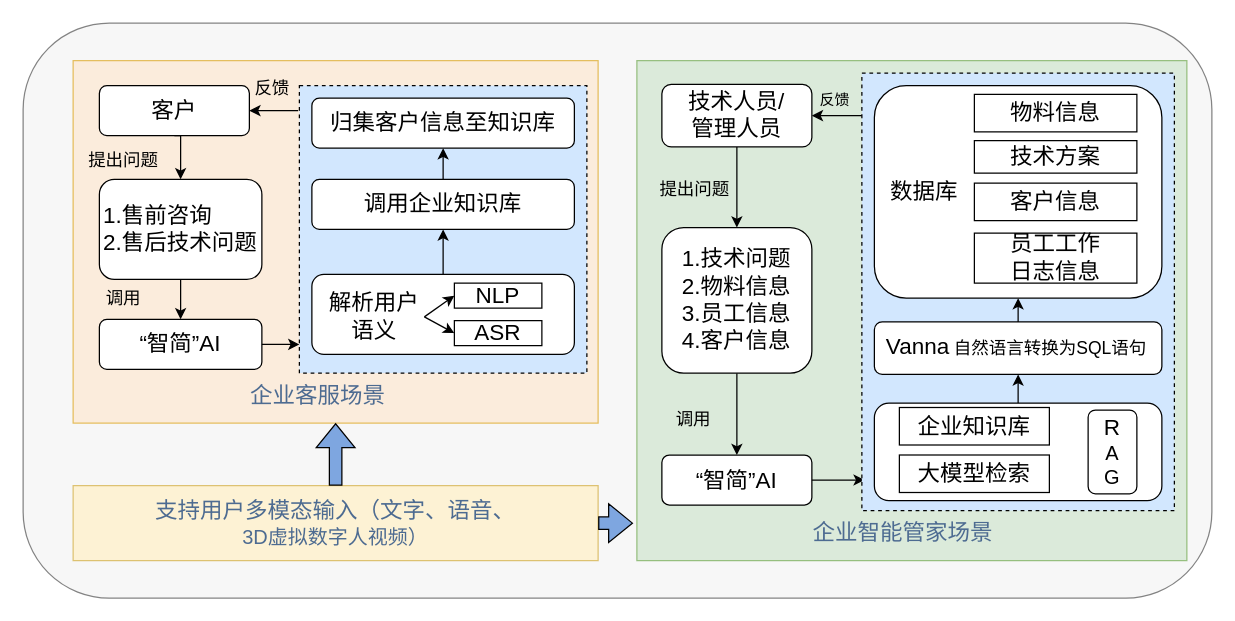
Above: 金种子企业问询模块图.drawio in Shahryar2/draw.io (draw.io), before the change. Source tidied: cells renumbered, new cells numbered last; positions are measured from the earlier drawing's top-left corner, leaving out a move shared by most shapes. Both pictures are drawn from the tidied source at 125%, with x=0, y=0 at pixel (22, 22).
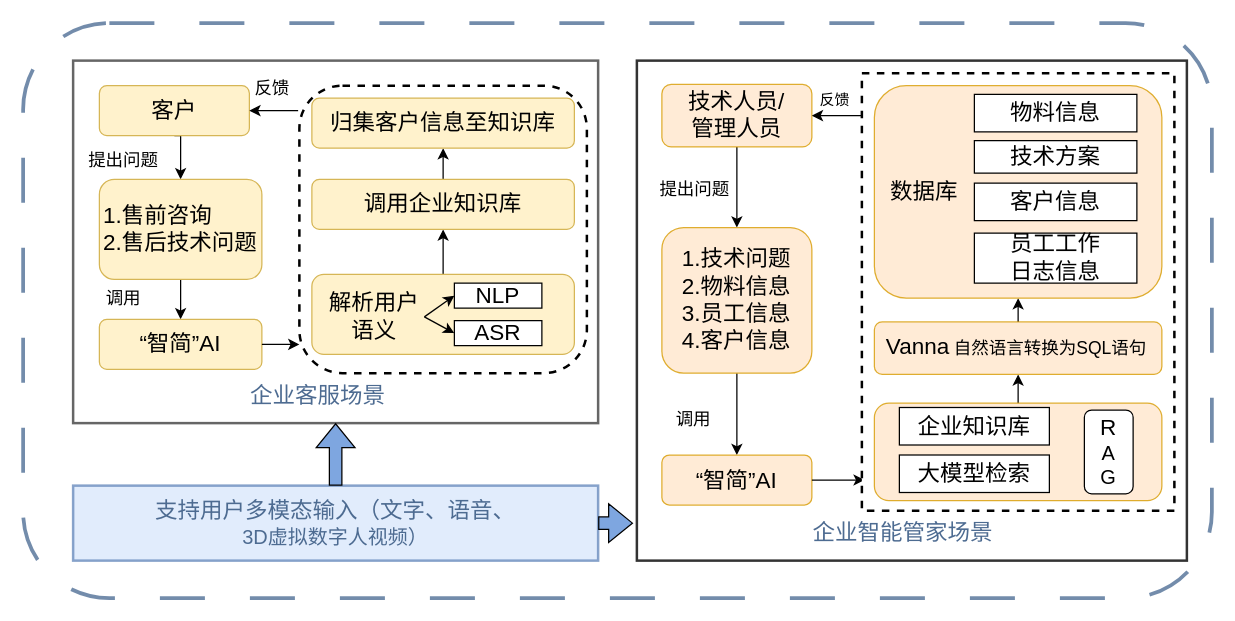
The same diagram, later.

Commit message (it also covers changes not shown here):
更新金种子企业问询模块图.drawio

The edit, as a diff of the source:
```diff
@@
-    <mxCell id="2" style="rounded=1;whiteSpace=wrap;html=1;fillColor=#f5f5f5;fontColor=#333333;strokeColor=#666666;opacity=80;" parent="1" vertex="1">
+    <mxCell id="2" style="rounded=1;whiteSpace=wrap;html=1;opacity=80;strokeWidth=3;dashed=1;dashPattern=12 12;strokeColor=#507097;" parent="1" vertex="1">
       <mxGeometry width="951" height="460" as="geometry" />
     </mxCell>
-    <mxCell id="3" style="rounded=0;whiteSpace=wrap;html=1;fillColor=#ffe6cc;strokeColor=#d79b00;opacity=60;" parent="1" vertex="1">
+    <mxCell id="3" style="rounded=0;whiteSpace=wrap;html=1;opacity=60;strokeWidth=2;" parent="1" vertex="1">
       <mxGeometry x="40" y="30" width="420" height="290" as="geometry" />
     </mxCell>
@@
-    <mxCell id="5" value="&lt;font style=&quot;font-size: 18px;&quot;&gt;客户&lt;/font&gt;" style="rounded=1;whiteSpace=wrap;html=1;" parent="1" vertex="1">
+    <mxCell id="5" value="&lt;font style=&quot;font-size: 18px;&quot;&gt;客户&lt;/font&gt;" style="rounded=1;whiteSpace=wrap;html=1;fillColor=#fff2cc;strokeColor=#d6b656;" parent="1" vertex="1">
       <mxGeometry x="61" y="50" width="120" height="40" as="geometry" />
     </mxCell>
@@
-    <mxCell id="7" value="&lt;div style=&quot;text-align: left;&quot;&gt;&lt;font style=&quot;font-size: 18px;&quot;&gt;1.售前咨询&lt;/font&gt;&lt;/div&gt;&lt;div&gt;&lt;font style=&quot;font-size: 18px;&quot;&gt;2.售后技术问题&lt;/font&gt;&lt;/div&gt;" style="rounded=1;whiteSpace=wrap;html=1;" parent="1" vertex="1">
+    <mxCell id="7" value="&lt;div style=&quot;text-align: left;&quot;&gt;&lt;font style=&quot;font-size: 18px;&quot;&gt;1.售前咨询&lt;/font&gt;&lt;/div&gt;&lt;div&gt;&lt;font style=&quot;font-size: 18px;&quot;&gt;2.售后技术问题&lt;/font&gt;&lt;/div&gt;" style="rounded=1;whiteSpace=wrap;html=1;fillColor=#fff2cc;strokeColor=#d6b656;" parent="1" vertex="1">
       <mxGeometry x="61" y="125" width="130" height="80" as="geometry" />
     </mxCell>
-    <mxCell id="8" value="&lt;font style=&quot;font-size: 18px;&quot;&gt;“智简”AI&lt;/font&gt;" style="rounded=1;whiteSpace=wrap;html=1;" parent="1" vertex="1">
+    <mxCell id="8" value="&lt;font style=&quot;font-size: 18px;&quot;&gt;“智简”AI&lt;/font&gt;" style="rounded=1;whiteSpace=wrap;html=1;fillColor=#fff2cc;strokeColor=#d6b656;" parent="1" vertex="1">
       <mxGeometry x="61" y="237" width="130" height="40" as="geometry" />
     </mxCell>
-    <mxCell id="9" style="rounded=0;whiteSpace=wrap;html=1;dashed=1;fillColor=light-dark(#D2E7FE,#EDEDED);" parent="1" vertex="1">
+    <mxCell id="9" style="rounded=1;whiteSpace=wrap;html=1;dashed=1;strokeWidth=2;" parent="1" vertex="1">
       <mxGeometry x="221" y="50" width="230" height="230" as="geometry" />
     </mxCell>
@@
-    <mxCell id="11" style="rounded=1;whiteSpace=wrap;html=1;" parent="1" vertex="1">
+    <mxCell id="11" style="rounded=1;whiteSpace=wrap;html=1;fillColor=#fff2cc;strokeColor=#d6b656;" parent="1" vertex="1">
       <mxGeometry x="231" y="201" width="210" height="64" as="geometry" />
     </mxCell>
@@
-    <mxCell id="16" value="&lt;font style=&quot;font-size: 18px;&quot;&gt;调用企业知识库&lt;/font&gt;" style="rounded=1;whiteSpace=wrap;html=1;" parent="1" vertex="1">
+    <mxCell id="16" value="&lt;font style=&quot;font-size: 18px;&quot;&gt;调用企业知识库&lt;/font&gt;" style="rounded=1;whiteSpace=wrap;html=1;fillColor=#fff2cc;strokeColor=#d6b656;" parent="1" vertex="1">
       <mxGeometry x="231" y="125" width="210" height="40" as="geometry" />
     </mxCell>
-    <mxCell id="17" value="&lt;font style=&quot;font-size: 18px;&quot;&gt;归集客户信息至知识库&lt;/font&gt;" style="rounded=1;whiteSpace=wrap;html=1;" parent="1" vertex="1">
+    <mxCell id="17" value="&lt;font style=&quot;font-size: 18px;&quot;&gt;归集客户信息至知识库&lt;/font&gt;" style="rounded=1;whiteSpace=wrap;html=1;fillColor=#fff2cc;strokeColor=#d6b656;" parent="1" vertex="1">
       <mxGeometry x="231" y="60" width="210" height="40" as="geometry" />
     </mxCell>
@@
-    <mxCell id="26" style="rounded=0;whiteSpace=wrap;html=1;fillColor=#d5e8d4;strokeColor=#82b366;opacity=80;" parent="1" vertex="1">
+    <mxCell id="26" style="rounded=0;whiteSpace=wrap;html=1;opacity=80;strokeWidth=2;" parent="1" vertex="1">
       <mxGeometry x="491" y="30" width="440" height="400" as="geometry" />
     </mxCell>
@@
-    <mxCell id="28" value="&lt;font style=&quot;font-size: 18px;&quot;&gt;技术人员/&lt;/font&gt;&lt;div&gt;&lt;font style=&quot;font-size: 18px;&quot;&gt;管理人员&lt;/font&gt;&lt;/div&gt;" style="rounded=1;whiteSpace=wrap;html=1;" parent="1" vertex="1">
+    <mxCell id="28" value="&lt;font style=&quot;font-size: 18px;&quot;&gt;技术人员/&lt;/font&gt;&lt;div&gt;&lt;font style=&quot;font-size: 18px;&quot;&gt;管理人员&lt;/font&gt;&lt;/div&gt;" style="rounded=1;whiteSpace=wrap;html=1;fillColor=#ffe6cc;strokeColor=#d79b00;opacity=80;" parent="1" vertex="1">
       <mxGeometry x="511" y="49" width="120" height="50" as="geometry" />
     </mxCell>
@@
-    <mxCell id="30" value="&lt;div&gt;&lt;font style=&quot;font-size: 18px;&quot;&gt;1.技术问题&lt;/font&gt;&lt;/div&gt;&lt;div&gt;&lt;font style=&quot;font-size: 18px;&quot;&gt;2.物料信息&lt;/font&gt;&lt;/div&gt;&lt;div&gt;&lt;font style=&quot;font-size: 18px;&quot;&gt;3.员工信息&lt;/font&gt;&lt;/div&gt;&lt;div&gt;&lt;font style=&quot;font-size: 18px;&quot;&gt;4.客户信息&lt;/font&gt;&lt;/div&gt;" style="rounded=1;whiteSpace=wrap;html=1;" parent="1" vertex="1">
+    <mxCell id="30" value="&lt;div&gt;&lt;font style=&quot;font-size: 18px;&quot;&gt;1.技术问题&lt;/font&gt;&lt;/div&gt;&lt;div&gt;&lt;font style=&quot;font-size: 18px;&quot;&gt;2.物料信息&lt;/font&gt;&lt;/div&gt;&lt;div&gt;&lt;font style=&quot;font-size: 18px;&quot;&gt;3.员工信息&lt;/font&gt;&lt;/div&gt;&lt;div&gt;&lt;font style=&quot;font-size: 18px;&quot;&gt;4.客户信息&lt;/font&gt;&lt;/div&gt;" style="rounded=1;whiteSpace=wrap;html=1;fillColor=#ffe6cc;strokeColor=#d79b00;opacity=80;" parent="1" vertex="1">
       <mxGeometry x="511" y="163.5" width="120" height="116.5" as="geometry" />
     </mxCell>
-    <mxCell id="31" value="&lt;font style=&quot;font-size: 18px;&quot;&gt;“智简”AI&lt;/font&gt;" style="rounded=1;whiteSpace=wrap;html=1;" parent="1" vertex="1">
+    <mxCell id="31" value="&lt;font style=&quot;font-size: 18px;&quot;&gt;“智简”AI&lt;/font&gt;" style="rounded=1;whiteSpace=wrap;html=1;fillColor=#ffe6cc;strokeColor=#d79b00;opacity=80;" parent="1" vertex="1">
       <mxGeometry x="511" y="345.5" width="120" height="40" as="geometry" />
     </mxCell>
@@
-    <mxCell id="38" style="rounded=0;whiteSpace=wrap;html=1;dashed=1;fillColor=light-dark(#D2E7FE,#EDEDED);" parent="1" vertex="1">
+    <mxCell id="38" style="rounded=0;whiteSpace=wrap;html=1;dashed=1;strokeWidth=2;" parent="1" vertex="1">
       <mxGeometry x="671" y="40" width="250" height="350" as="geometry" />
     </mxCell>
@@
-    <mxCell id="40" style="rounded=1;whiteSpace=wrap;html=1;" parent="1" vertex="1">
+    <mxCell id="40" style="rounded=1;whiteSpace=wrap;html=1;fillColor=#ffe6cc;strokeColor=#d79b00;opacity=80;" parent="1" vertex="1">
       <mxGeometry x="681" y="304" width="230" height="78" as="geometry" />
     </mxCell>
     <mxCell id="41" value="&lt;font style=&quot;font-size: 18px;&quot;&gt;R&lt;/font&gt;&lt;div&gt;&lt;font size=&quot;3&quot;&gt;A&lt;/font&gt;&lt;/div&gt;&lt;div&gt;&lt;font size=&quot;3&quot;&gt;G&lt;/font&gt;&lt;/div&gt;" style="rounded=1;whiteSpace=wrap;html=1;" parent="1" vertex="1">
-      <mxGeometry x="852" y="309.5" width="39" height="67" as="geometry" />
+      <mxGeometry x="849" y="309.5" width="39" height="67" as="geometry" />
     </mxCell>
@@
-    <mxCell id="45" style="rounded=1;whiteSpace=wrap;html=1;" parent="1" vertex="1">
+    <mxCell id="45" style="rounded=1;whiteSpace=wrap;html=1;fillColor=#ffe6cc;strokeColor=#d79b00;opacity=80;" parent="1" vertex="1">
       <mxGeometry x="681" y="239" width="230" height="42" as="geometry" />
     </mxCell>
@@
-    <mxCell id="48" style="rounded=1;whiteSpace=wrap;html=1;" parent="1" vertex="1">
+    <mxCell id="48" style="rounded=1;whiteSpace=wrap;html=1;fillColor=#ffe6cc;strokeColor=#d79b00;opacity=80;" parent="1" vertex="1">
       <mxGeometry x="681" y="50" width="230" height="170" as="geometry" />
     </mxCell>
@@
-    <mxCell id="54" value="&lt;font style=&quot;font-size: 18px; color: rgb(77, 107, 145);&quot;&gt;支持用户多模态输入（文字、语音、&lt;/font&gt;&lt;div&gt;&lt;font style=&quot;color: rgb(77, 107, 145);&quot; size=&quot;3&quot;&gt;3D虚拟数字人视频）&lt;/font&gt;&lt;/div&gt;" style="rounded=0;whiteSpace=wrap;html=1;fillColor=#fff2cc;strokeColor=#d6b656;opacity=80;" parent="1" vertex="1">
+    <mxCell id="54" value="&lt;font style=&quot;font-size: 18px; color: rgb(77, 107, 145);&quot;&gt;支持用户多模态输入（文字、语音、&lt;/font&gt;&lt;div&gt;&lt;font style=&quot;color: rgb(77, 107, 145);&quot; size=&quot;3&quot;&gt;3D虚拟数字人视频）&lt;/font&gt;&lt;/div&gt;" style="rounded=0;whiteSpace=wrap;html=1;opacity=80;strokeWidth=2;fillColor=#dae8fc;strokeColor=#6c8ebf;" parent="1" vertex="1">
       <mxGeometry x="40" y="370" width="420" height="60" as="geometry" />
     </mxCell>
```
